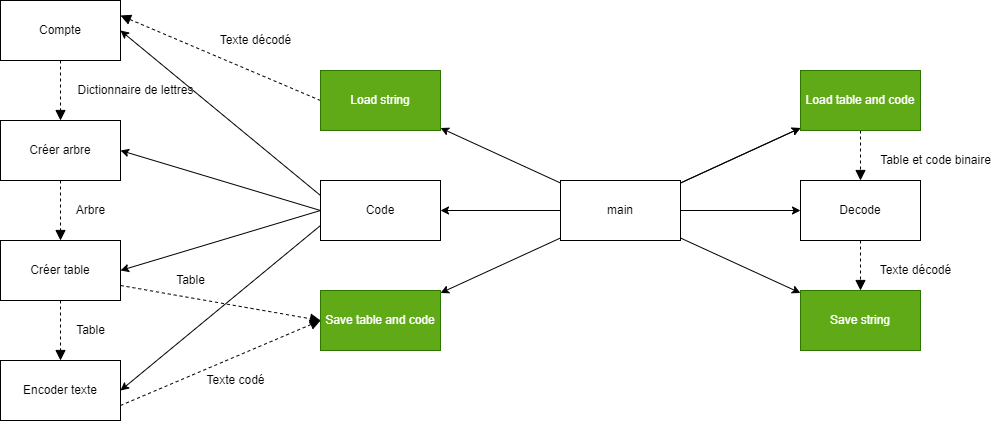
Above: code.drawio.png in heavnscloud/NSI-projet-compression (draw.io), before the change. Source tidied: cells renumbered, new cells last; positions are measured from the earlier drawing's top-left corner, leaving out a move shared by most shapes. Source of this version:
```xml
<mxGraphModel>
  <root>
    <mxCell id="0" />
    <mxCell id="1" parent="0" />
    <mxCell id="2" style="edgeStyle=none;html=1;" parent="1" edge="1" source="9" target="11">
      <mxGeometry relative="1" as="geometry" />
    </mxCell>
    <mxCell id="3" style="edgeStyle=none;html=1;" parent="1" edge="1" source="9" target="12">
      <mxGeometry relative="1" as="geometry" />
    </mxCell>
    <mxCell id="4" style="edgeStyle=none;html=1;" parent="1" edge="1" source="9" target="14">
      <mxGeometry relative="1" as="geometry" />
    </mxCell>
    <mxCell id="5" style="edgeStyle=none;html=1;" parent="1" edge="1" source="9" target="11">
      <mxGeometry relative="1" as="geometry" />
    </mxCell>
    <mxCell id="6" style="edgeStyle=none;html=1;" parent="1" edge="1" source="9" target="16">
      <mxGeometry relative="1" as="geometry" />
    </mxCell>
    <mxCell id="7" style="edgeStyle=none;html=1;" parent="1" edge="1" source="9" target="17">
      <mxGeometry relative="1" as="geometry" />
    </mxCell>
    <mxCell id="8" style="edgeStyle=none;html=1;" parent="1" edge="1" source="9" target="18">
      <mxGeometry relative="1" as="geometry" />
    </mxCell>
    <mxCell id="9" value="main" style="rounded=0;whiteSpace=wrap;html=1;" parent="1" vertex="1">
      <mxGeometry x="560" y="180" width="120" height="60" as="geometry" />
    </mxCell>
    <mxCell id="10" style="edgeStyle=none;html=1;exitX=0.5;exitY=1;exitDx=0;exitDy=0;entryX=0.5;entryY=0;entryDx=0;entryDy=0;dashed=1;endArrow=block;endFill=1;sourcePerimeterSpacing=0;startSize=6;endSize=8;targetPerimeterSpacing=0;" parent="1" edge="1" source="11" target="14">
      <mxGeometry relative="1" as="geometry" />
    </mxCell>
    <mxCell id="11" value="Load table and code" style="whiteSpace=wrap;html=1;rounded=0;fillColor=#60a917;fontColor=#ffffff;strokeColor=#2D7600;" parent="1" vertex="1">
      <mxGeometry x="800" y="70" width="120" height="60" as="geometry" />
    </mxCell>
    <mxCell id="12" value="Code" style="whiteSpace=wrap;html=1;rounded=0;" parent="1" vertex="1">
      <mxGeometry x="320" y="180" width="120" height="60" as="geometry" />
    </mxCell>
    <mxCell id="13" style="edgeStyle=none;html=1;exitX=0.5;exitY=1;exitDx=0;exitDy=0;dashed=1;endArrow=block;endFill=1;sourcePerimeterSpacing=0;startSize=6;endSize=8;targetPerimeterSpacing=0;" parent="1" edge="1" source="14" target="18">
      <mxGeometry relative="1" as="geometry" />
    </mxCell>
    <mxCell id="14" value="Decode" style="whiteSpace=wrap;html=1;rounded=0;" parent="1" vertex="1">
      <mxGeometry x="800" y="180" width="120" height="60" as="geometry" />
    </mxCell>
    <mxCell id="15" style="edgeStyle=none;html=1;exitX=0;exitY=0.5;exitDx=0;exitDy=0;entryX=1;entryY=0.25;entryDx=0;entryDy=0;dashed=1;endArrow=block;endFill=1;startSize=6;endSize=8;sourcePerimeterSpacing=0;targetPerimeterSpacing=0;" parent="1" edge="1" source="16" target="24">
      <mxGeometry relative="1" as="geometry" />
    </mxCell>
    <mxCell id="16" value="Load string" style="whiteSpace=wrap;html=1;rounded=0;fillColor=#60a917;fontColor=#ffffff;strokeColor=#2D7600;" parent="1" vertex="1">
      <mxGeometry x="320" y="70" width="120" height="60" as="geometry" />
    </mxCell>
    <mxCell id="17" value="Save table and code" style="whiteSpace=wrap;html=1;rounded=0;fillColor=#60a917;fontColor=#ffffff;strokeColor=#2D7600;" parent="1" vertex="1">
      <mxGeometry x="320" y="290" width="120" height="60" as="geometry" />
    </mxCell>
    <mxCell id="18" value="Save string" style="whiteSpace=wrap;html=1;rounded=0;fillColor=#60a917;fontColor=#ffffff;strokeColor=#2D7600;" parent="1" vertex="1">
      <mxGeometry x="800" y="290" width="120" height="60" as="geometry" />
    </mxCell>
    <mxCell id="19" value="Table et code binaire" style="text;html=1;align=center;verticalAlign=middle;strokeColor=none;fillColor=none;" parent="1" vertex="1">
      <mxGeometry x="870" y="150" width="130" height="20" as="geometry" />
    </mxCell>
    <mxCell id="20" value="Texte décodé" style="text;html=1;align=center;verticalAlign=middle;strokeColor=none;fillColor=none;" parent="1" vertex="1">
      <mxGeometry x="870" y="260" width="90" height="20" as="geometry" />
    </mxCell>
    <mxCell id="21" value="Texte décodé" style="text;html=1;align=center;verticalAlign=middle;strokeColor=none;fillColor=none;" parent="1" vertex="1">
      <mxGeometry x="210" y="30" width="90" height="20" as="geometry" />
    </mxCell>
    <mxCell id="22" value="Table" style="text;html=1;align=center;verticalAlign=middle;strokeColor=none;fillColor=none;" parent="1" vertex="1">
      <mxGeometry x="170" y="270" width="40" height="20" as="geometry" />
    </mxCell>
    <mxCell id="23" style="edgeStyle=none;html=1;exitX=0.5;exitY=1;exitDx=0;exitDy=0;entryX=0.5;entryY=0;entryDx=0;entryDy=0;dashed=1;endArrow=block;endFill=1;startSize=6;endSize=8;sourcePerimeterSpacing=0;targetPerimeterSpacing=0;" parent="1" edge="1" source="24" target="28">
      <mxGeometry relative="1" as="geometry" />
    </mxCell>
    <mxCell id="24" value="Compte" style="whiteSpace=wrap;html=1;rounded=0;" parent="1" vertex="1">
      <mxGeometry width="120" height="60" as="geometry" />
    </mxCell>
    <mxCell id="25" style="edgeStyle=none;html=1;exitX=0;exitY=0.25;exitDx=0;exitDy=0;entryX=1;entryY=0.5;entryDx=0;entryDy=0;" parent="1" edge="1" source="12" target="24">
      <mxGeometry relative="1" as="geometry" />
    </mxCell>
    <mxCell id="26" style="edgeStyle=none;html=1;exitX=0;exitY=0.5;exitDx=0;exitDy=0;entryX=1;entryY=0.5;entryDx=0;entryDy=0;entryPerimeter=0;" parent="1" edge="1" source="12" target="28">
      <mxGeometry relative="1" as="geometry" />
    </mxCell>
    <mxCell id="27" style="edgeStyle=none;html=1;exitX=0.5;exitY=1;exitDx=0;exitDy=0;dashed=1;endArrow=block;endFill=1;startSize=6;endSize=8;sourcePerimeterSpacing=0;targetPerimeterSpacing=0;" parent="1" edge="1" source="28" target="31">
      <mxGeometry relative="1" as="geometry" />
    </mxCell>
    <mxCell id="28" value="Créer arbre" style="whiteSpace=wrap;html=1;" parent="1" vertex="1">
      <mxGeometry y="120" width="120" height="60" as="geometry" />
    </mxCell>
    <mxCell id="29" style="edgeStyle=none;html=1;exitX=1;exitY=0.75;exitDx=0;exitDy=0;entryX=0;entryY=0.5;entryDx=0;entryDy=0;dashed=1;endArrow=block;endFill=1;startSize=6;endSize=8;sourcePerimeterSpacing=0;targetPerimeterSpacing=0;" parent="1" edge="1" source="31" target="17">
      <mxGeometry relative="1" as="geometry" />
    </mxCell>
    <mxCell id="30" style="edgeStyle=none;html=1;exitX=0.5;exitY=1;exitDx=0;exitDy=0;dashed=1;endArrow=block;endFill=1;startSize=6;endSize=8;sourcePerimeterSpacing=0;targetPerimeterSpacing=0;" parent="1" edge="1" source="31" target="34">
      <mxGeometry relative="1" as="geometry" />
    </mxCell>
    <mxCell id="31" value="Créer table" style="whiteSpace=wrap;html=1;rounded=0;" parent="1" vertex="1">
      <mxGeometry y="240" width="120" height="60" as="geometry" />
    </mxCell>
    <mxCell id="32" style="edgeStyle=none;html=1;exitX=0;exitY=0.5;exitDx=0;exitDy=0;entryX=1;entryY=0.5;entryDx=0;entryDy=0;" parent="1" edge="1" source="12" target="31">
      <mxGeometry relative="1" as="geometry" />
    </mxCell>
    <mxCell id="33" style="edgeStyle=none;html=1;exitX=1;exitY=0.75;exitDx=0;exitDy=0;entryX=0;entryY=0.5;entryDx=0;entryDy=0;dashed=1;endArrow=block;endFill=1;startSize=6;endSize=8;sourcePerimeterSpacing=0;targetPerimeterSpacing=0;" parent="1" edge="1" source="34" target="17">
      <mxGeometry relative="1" as="geometry" />
    </mxCell>
    <mxCell id="34" value="Encoder texte" style="whiteSpace=wrap;html=1;rounded=0;" parent="1" vertex="1">
      <mxGeometry y="360" width="120" height="60" as="geometry" />
    </mxCell>
    <mxCell id="35" style="edgeStyle=none;html=1;exitX=0;exitY=0.75;exitDx=0;exitDy=0;entryX=1;entryY=0.5;entryDx=0;entryDy=0;" parent="1" edge="1" source="12" target="34">
      <mxGeometry relative="1" as="geometry" />
    </mxCell>
    <mxCell id="36" value="Table" style="text;html=1;align=center;verticalAlign=middle;strokeColor=none;fillColor=none;" parent="1" vertex="1">
      <mxGeometry x="70" y="320" width="40" height="20" as="geometry" />
    </mxCell>
    <mxCell id="37" value="Texte codé" style="text;html=1;align=center;verticalAlign=middle;strokeColor=none;fillColor=none;" parent="1" vertex="1">
      <mxGeometry x="200" y="370" width="70" height="20" as="geometry" />
    </mxCell>
    <mxCell id="38" value="Arbre" style="text;html=1;align=center;verticalAlign=middle;strokeColor=none;fillColor=none;" parent="1" vertex="1">
      <mxGeometry x="70" y="200" width="40" height="20" as="geometry" />
    </mxCell>
    <mxCell id="39" value="Dictionnaire de lettres" style="text;html=1;align=center;verticalAlign=middle;strokeColor=none;fillColor=none;" parent="1" vertex="1">
      <mxGeometry x="70" y="80" width="130" height="20" as="geometry" />
    </mxCell>
  </root>
</mxGraphModel>
```
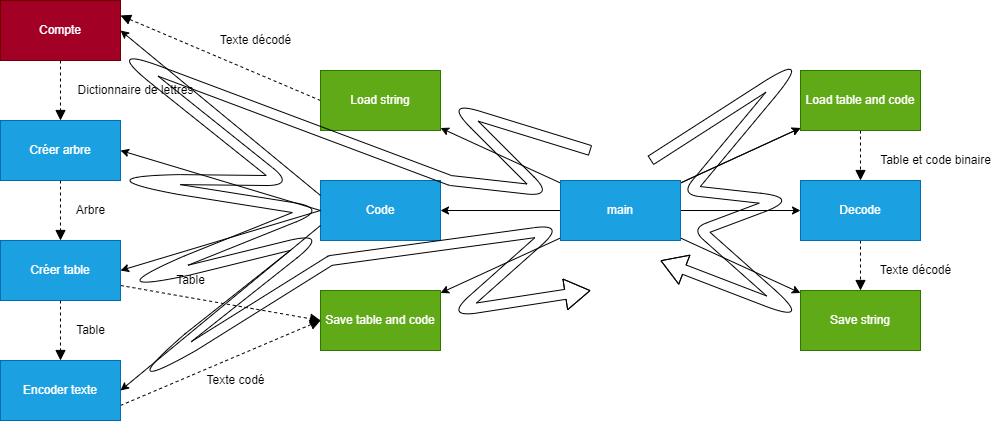
The same file after the commit.

Commit message:
Premier changement

Change to the diagram source:
```diff
@@ -23,7 +23,7 @@
     <mxCell id="8" style="edgeStyle=none;html=1;" parent="1" edge="1" source="9" target="18">
       <mxGeometry relative="1" as="geometry" />
     </mxCell>
-    <mxCell id="9" value="main" style="rounded=0;whiteSpace=wrap;html=1;" parent="1" vertex="1">
+    <mxCell id="9" value="main" style="rounded=0;whiteSpace=wrap;html=1;fillColor=#1ba1e2;fontColor=#ffffff;strokeColor=#006EAF;" parent="1" vertex="1">
       <mxGeometry x="560" y="180" width="120" height="60" as="geometry" />
     </mxCell>
     <mxCell id="10" style="edgeStyle=none;html=1;exitX=0.5;exitY=1;exitDx=0;exitDy=0;entryX=0.5;entryY=0;entryDx=0;entryDy=0;dashed=1;endArrow=block;endFill=1;sourcePerimeterSpacing=0;startSize=6;endSize=8;targetPerimeterSpacing=0;" parent="1" edge="1" source="11" target="14">
@@ -32,13 +32,13 @@
     <mxCell id="11" value="Load table and code" style="whiteSpace=wrap;html=1;rounded=0;fillColor=#60a917;fontColor=#ffffff;strokeColor=#2D7600;" parent="1" vertex="1">
       <mxGeometry x="800" y="70" width="120" height="60" as="geometry" />
     </mxCell>
-    <mxCell id="12" value="Code" style="whiteSpace=wrap;html=1;rounded=0;" parent="1" vertex="1">
+    <mxCell id="12" value="Code" style="whiteSpace=wrap;html=1;rounded=0;fillColor=#1ba1e2;fontColor=#ffffff;strokeColor=#006EAF;" parent="1" vertex="1">
       <mxGeometry x="320" y="180" width="120" height="60" as="geometry" />
     </mxCell>
     <mxCell id="13" style="edgeStyle=none;html=1;exitX=0.5;exitY=1;exitDx=0;exitDy=0;dashed=1;endArrow=block;endFill=1;sourcePerimeterSpacing=0;startSize=6;endSize=8;targetPerimeterSpacing=0;" parent="1" edge="1" source="14" target="18">
       <mxGeometry relative="1" as="geometry" />
     </mxCell>
-    <mxCell id="14" value="Decode" style="whiteSpace=wrap;html=1;rounded=0;" parent="1" vertex="1">
+    <mxCell id="14" value="Decode" style="whiteSpace=wrap;html=1;rounded=0;fillColor=#1ba1e2;fontColor=#ffffff;strokeColor=#006EAF;" parent="1" vertex="1">
       <mxGeometry x="800" y="180" width="120" height="60" as="geometry" />
     </mxCell>
     <mxCell id="15" style="edgeStyle=none;html=1;exitX=0;exitY=0.5;exitDx=0;exitDy=0;entryX=1;entryY=0.25;entryDx=0;entryDy=0;dashed=1;endArrow=block;endFill=1;startSize=6;endSize=8;sourcePerimeterSpacing=0;targetPerimeterSpacing=0;" parent="1" edge="1" source="16" target="24">
@@ -68,7 +68,7 @@
     <mxCell id="23" style="edgeStyle=none;html=1;exitX=0.5;exitY=1;exitDx=0;exitDy=0;entryX=0.5;entryY=0;entryDx=0;entryDy=0;dashed=1;endArrow=block;endFill=1;startSize=6;endSize=8;sourcePerimeterSpacing=0;targetPerimeterSpacing=0;" parent="1" edge="1" source="24" target="28">
       <mxGeometry relative="1" as="geometry" />
     </mxCell>
-    <mxCell id="24" value="Compte" style="whiteSpace=wrap;html=1;rounded=0;" parent="1" vertex="1">
+    <mxCell id="24" value="Compte" style="whiteSpace=wrap;html=1;rounded=0;fillColor=#a20025;fontColor=#ffffff;strokeColor=#6F0000;" parent="1" vertex="1">
       <mxGeometry width="120" height="60" as="geometry" />
     </mxCell>
     <mxCell id="25" style="edgeStyle=none;html=1;exitX=0;exitY=0.25;exitDx=0;exitDy=0;entryX=1;entryY=0.5;entryDx=0;entryDy=0;" parent="1" edge="1" source="12" target="24">
@@ -80,7 +80,7 @@
     <mxCell id="27" style="edgeStyle=none;html=1;exitX=0.5;exitY=1;exitDx=0;exitDy=0;dashed=1;endArrow=block;endFill=1;startSize=6;endSize=8;sourcePerimeterSpacing=0;targetPerimeterSpacing=0;" parent="1" edge="1" source="28" target="31">
       <mxGeometry relative="1" as="geometry" />
     </mxCell>
-    <mxCell id="28" value="Créer arbre" style="whiteSpace=wrap;html=1;" parent="1" vertex="1">
+    <mxCell id="28" value="Créer arbre" style="whiteSpace=wrap;html=1;fillColor=#1ba1e2;fontColor=#ffffff;strokeColor=#006EAF;" parent="1" vertex="1">
       <mxGeometry y="120" width="120" height="60" as="geometry" />
     </mxCell>
     <mxCell id="29" style="edgeStyle=none;html=1;exitX=1;exitY=0.75;exitDx=0;exitDy=0;entryX=0;entryY=0.5;entryDx=0;entryDy=0;dashed=1;endArrow=block;endFill=1;startSize=6;endSize=8;sourcePerimeterSpacing=0;targetPerimeterSpacing=0;" parent="1" edge="1" source="31" target="17">
@@ -89,7 +89,7 @@
     <mxCell id="30" style="edgeStyle=none;html=1;exitX=0.5;exitY=1;exitDx=0;exitDy=0;dashed=1;endArrow=block;endFill=1;startSize=6;endSize=8;sourcePerimeterSpacing=0;targetPerimeterSpacing=0;" parent="1" edge="1" source="31" target="34">
       <mxGeometry relative="1" as="geometry" />
     </mxCell>
-    <mxCell id="31" value="Créer table" style="whiteSpace=wrap;html=1;rounded=0;" parent="1" vertex="1">
+    <mxCell id="31" value="Créer table" style="whiteSpace=wrap;html=1;rounded=0;fillColor=#1ba1e2;fontColor=#ffffff;strokeColor=#006EAF;" parent="1" vertex="1">
       <mxGeometry y="240" width="120" height="60" as="geometry" />
     </mxCell>
     <mxCell id="32" style="edgeStyle=none;html=1;exitX=0;exitY=0.5;exitDx=0;exitDy=0;entryX=1;entryY=0.5;entryDx=0;entryDy=0;" parent="1" edge="1" source="12" target="31">
@@ -98,7 +98,7 @@
     <mxCell id="33" style="edgeStyle=none;html=1;exitX=1;exitY=0.75;exitDx=0;exitDy=0;entryX=0;entryY=0.5;entryDx=0;entryDy=0;dashed=1;endArrow=block;endFill=1;startSize=6;endSize=8;sourcePerimeterSpacing=0;targetPerimeterSpacing=0;" parent="1" edge="1" source="34" target="17">
       <mxGeometry relative="1" as="geometry" />
     </mxCell>
-    <mxCell id="34" value="Encoder texte" style="whiteSpace=wrap;html=1;rounded=0;" parent="1" vertex="1">
+    <mxCell id="34" value="Encoder texte" style="whiteSpace=wrap;html=1;rounded=0;fillColor=#1ba1e2;fontColor=#ffffff;strokeColor=#006EAF;" parent="1" vertex="1">
       <mxGeometry y="360" width="120" height="60" as="geometry" />
     </mxCell>
     <mxCell id="35" style="edgeStyle=none;html=1;exitX=0;exitY=0.75;exitDx=0;exitDy=0;entryX=1;entryY=0.5;entryDx=0;entryDy=0;" parent="1" edge="1" source="12" target="34">
@@ -116,5 +116,39 @@
     <mxCell id="39" value="Dictionnaire de lettres" style="text;html=1;align=center;verticalAlign=middle;strokeColor=none;fillColor=none;" parent="1" vertex="1">
       <mxGeometry x="70" y="80" width="130" height="20" as="geometry" />
     </mxCell>
+    <mxCell id="40" style="shape=flexArrow;endArrow=classic;html=1;startSize=6;endSize=8;sourcePerimeterSpacing=0;targetPerimeterSpacing=0;" parent="1" edge="1">
+      <mxGeometry relative="1" as="geometry">
+        <mxPoint x="650" y="160" as="sourcePoint" />
+        <mxPoint x="660" y="260" as="targetPoint" />
+        <Array as="points">
+          <mxPoint x="790" y="70" />
+          <mxPoint x="690" y="190" />
+          <mxPoint x="780" y="200" />
+          <mxPoint x="700" y="230" />
+          <mxPoint x="790" y="310" />
+        </Array>
+      </mxGeometry>
+    </mxCell>
+    <mxCell id="41" style="shape=flexArrow;endArrow=classic;html=1;startSize=6;endSize=8;sourcePerimeterSpacing=0;targetPerimeterSpacing=0;" parent="1" edge="1">
+      <mxGeometry relative="1" as="geometry">
+        <mxPoint x="590" y="150" as="sourcePoint" />
+        <mxPoint x="590" y="290" as="targetPoint" />
+        <Array as="points">
+          <mxPoint x="460" y="110" />
+          <mxPoint x="540" y="190" />
+          <mxPoint x="450" y="180" />
+          <mxPoint x="130" y="60" />
+          <mxPoint x="280" y="180" />
+          <mxPoint x="130" y="180" />
+          <mxPoint x="310" y="210" />
+          <mxPoint x="140" y="280" />
+          <mxPoint x="310" y="240" />
+          <mxPoint x="150" y="370" />
+          <mxPoint x="330" y="260" />
+          <mxPoint x="550" y="230" />
+          <mxPoint x="460" y="310" />
+        </Array>
+      </mxGeometry>
+    </mxCell>
   </root>
 </mxGraphModel>
```
